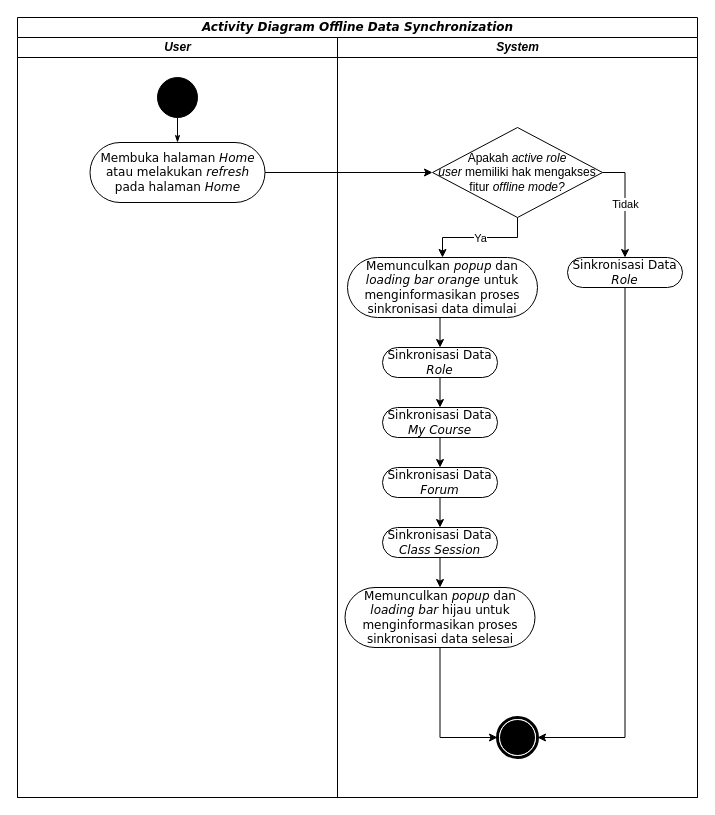
Earlier version of the draw.io diagram diagrams/03. view_my_course/Activity Diagram.drawio (angeliawidjaja/offline-mode-paper). Source tidied: cells renumbered, new cells numbered last; positions are measured from the earlier drawing's top-left corner, leaving out a move shared by most shapes. Both pictures are drawn from the tidied source at 100%, with x=0, y=0 at pixel (17, 17).
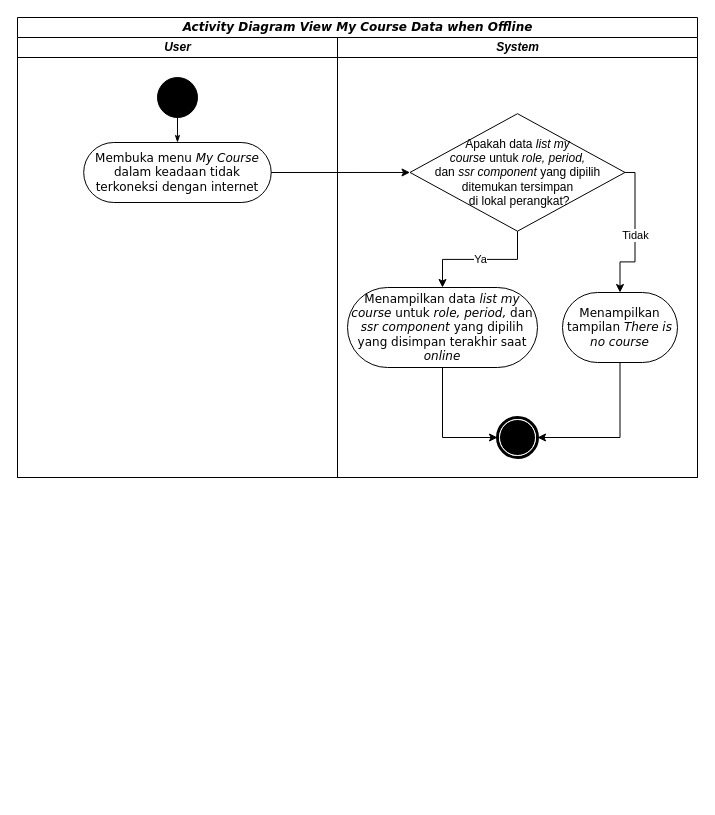
The same diagram, later.

What changed in the source:
```diff
@@
-    <mxCell id="2" value="&lt;i&gt;Activity Diagram&lt;/i&gt;&amp;nbsp;&lt;i&gt;Offline Data Synchronization&lt;/i&gt;" style="swimlane;html=1;startSize=20;rounded=0;shadow=0;comic=0;labelBackgroundColor=none;strokeWidth=1;fontFamily=Verdana;fontSize=12;align=center;" parent="1" vertex="1">
-      <mxGeometry width="680" height="780" as="geometry" />
+    <mxCell id="2" value="&lt;i&gt;Activity Diagram&lt;/i&gt;&amp;nbsp;&lt;i&gt;View My Course Data when Offline&lt;/i&gt;" style="swimlane;html=1;startSize=20;rounded=0;shadow=0;comic=0;labelBackgroundColor=none;strokeWidth=1;fontFamily=Verdana;fontSize=12;align=center;" parent="1" vertex="1">
+      <mxGeometry width="680" height="460" as="geometry" />
     </mxCell>
     <mxCell id="3" value="&lt;i&gt;User&lt;/i&gt;" style="swimlane;html=1;startSize=20;" parent="2" vertex="1">
-      <mxGeometry y="20" width="320" height="760" as="geometry" />
+      <mxGeometry y="20" width="320" height="440" as="geometry" />
     </mxCell>
@@
-    <mxCell id="5" value="Membuka halaman &lt;i&gt;Home &lt;/i&gt;atau melakukan &lt;i&gt;refresh &lt;/i&gt;pada halaman &lt;i&gt;Home&lt;/i&gt;" style="rounded=1;whiteSpace=wrap;html=1;shadow=0;comic=0;labelBackgroundColor=none;strokeWidth=1;fontFamily=Verdana;fontSize=12;align=center;arcSize=50;" parent="3" vertex="1">
-      <mxGeometry x="72.5" y="105" width="175" height="60" as="geometry" />
+    <mxCell id="5" value="Membuka menu &lt;i&gt;My Course &lt;/i&gt;dalam keadaan tidak terkoneksi dengan internet" style="rounded=1;whiteSpace=wrap;html=1;shadow=0;comic=0;labelBackgroundColor=none;strokeWidth=1;fontFamily=Verdana;fontSize=12;align=center;arcSize=50;" parent="3" vertex="1">
+      <mxGeometry x="66.2" y="105" width="187.5" height="60" as="geometry" />
     </mxCell>
@@
     <mxCell id="7" value="&lt;i&gt;System&lt;/i&gt;" style="swimlane;html=1;startSize=20;" parent="2" vertex="1">
-      <mxGeometry x="320" y="20" width="360" height="760" as="geometry" />
+      <mxGeometry x="320" y="20" width="360" height="440" as="geometry" />
     </mxCell>
     <mxCell id="8" style="shape=mxgraph.bpmn.shape;html=1;verticalLabelPosition=bottom;labelBackgroundColor=#ffffff;verticalAlign=top;perimeter=ellipsePerimeter;outline=end;symbol=terminate;rounded=0;shadow=0;comic=0;strokeWidth=1;fontFamily=Verdana;fontSize=12;align=center;" parent="7" vertex="1">
-      <mxGeometry x="160" y="680" width="40" height="40" as="geometry" />
+      <mxGeometry x="160" y="380" width="40" height="40" as="geometry" />
     </mxCell>
-    <mxCell id="9" value="Apakah &lt;i&gt;active role user&lt;/i&gt;&amp;nbsp;memiliki hak mengakses fitur &lt;i&gt;offline mode?&lt;/i&gt;" style="rhombus;whiteSpace=wrap;html=1;" parent="7" vertex="1">
-      <mxGeometry x="95" y="90" width="170" height="90" as="geometry" />
+    <mxCell id="9" value="Apakah data &lt;i&gt;list&amp;nbsp;my &lt;br&gt;course&lt;/i&gt;&amp;nbsp;untuk &lt;i&gt;role,&lt;/i&gt;&amp;nbsp;&lt;i&gt;period, &lt;br&gt;&lt;/i&gt;dan&lt;i&gt; ssr component&amp;nbsp;&lt;/i&gt;yang dipilih &lt;br&gt;ditemukan tersimpan&lt;br&gt;&amp;nbsp;di lokal perangkat?" style="rhombus;whiteSpace=wrap;html=1;" parent="7" vertex="1">
+      <mxGeometry x="72.5" y="76.2" width="215" height="117.5" as="geometry" />
     </mxCell>
-    <mxCell id="10" style="edgeStyle=orthogonalEdgeStyle;rounded=0;jettySize=auto;html=1;exitX=0.5;exitY=1;exitDx=0;exitDy=0;entryX=0.5;entryY=0;entryDx=0;entryDy=0;" parent="7" edge="1" source="11" target="13">
-      <mxGeometry relative="1" as="geometry" />
-    </mxCell>
-    <mxCell id="11" value="Sinkronisasi Data &lt;i&gt;Role&lt;/i&gt;" style="rounded=1;whiteSpace=wrap;html=1;shadow=0;comic=0;labelBackgroundColor=none;strokeWidth=1;fontFamily=Verdana;fontSize=12;align=center;arcSize=50;" parent="7" vertex="1">
-      <mxGeometry x="45" y="310" width="115" height="30" as="geometry" />
-    </mxCell>
-    <mxCell id="12" style="edgeStyle=orthogonalEdgeStyle;rounded=0;jettySize=auto;html=1;exitX=0.5;exitY=1;exitDx=0;exitDy=0;entryX=0.5;entryY=0;entryDx=0;entryDy=0;" parent="7" edge="1" source="13" target="15">
-      <mxGeometry relative="1" as="geometry" />
-    </mxCell>
-    <mxCell id="13" value="Sinkronisasi Data &lt;i&gt;My Course&lt;/i&gt;" style="rounded=1;whiteSpace=wrap;html=1;shadow=0;comic=0;labelBackgroundColor=none;strokeWidth=1;fontFamily=Verdana;fontSize=12;align=center;arcSize=50;" parent="7" vertex="1">
-      <mxGeometry x="45" y="370" width="115" height="30" as="geometry" />
-    </mxCell>
-    <mxCell id="14" style="edgeStyle=orthogonalEdgeStyle;rounded=0;jettySize=auto;html=1;exitX=0.5;exitY=1;exitDx=0;exitDy=0;entryX=0.5;entryY=0;entryDx=0;entryDy=0;" parent="7" edge="1" source="15" target="17">
-      <mxGeometry relative="1" as="geometry" />
-    </mxCell>
-    <mxCell id="15" value="Sinkronisasi Data &lt;i&gt;Forum&lt;/i&gt;" style="rounded=1;whiteSpace=wrap;html=1;shadow=0;comic=0;labelBackgroundColor=none;strokeWidth=1;fontFamily=Verdana;fontSize=12;align=center;arcSize=50;" parent="7" vertex="1">
-      <mxGeometry x="45" y="430" width="115" height="30" as="geometry" />
-    </mxCell>
-    <mxCell id="16" style="edgeStyle=orthogonalEdgeStyle;rounded=0;jettySize=auto;html=1;exitX=0.5;exitY=1;exitDx=0;exitDy=0;entryX=0.5;entryY=0;entryDx=0;entryDy=0;" parent="7" edge="1" source="17" target="27">
-      <mxGeometry relative="1" as="geometry" />
-    </mxCell>
-    <mxCell id="17" value="Sinkronisasi Data &lt;i&gt;Class Session&lt;/i&gt;" style="rounded=1;whiteSpace=wrap;html=1;shadow=0;comic=0;labelBackgroundColor=none;strokeWidth=1;fontFamily=Verdana;fontSize=12;align=center;arcSize=50;" parent="7" vertex="1">
-      <mxGeometry x="45" y="490" width="115" height="30" as="geometry" />
-    </mxCell>
@@
-    <mxCell id="19" value="Sinkronisasi Data &lt;i&gt;Role&lt;/i&gt;" style="rounded=1;whiteSpace=wrap;html=1;shadow=0;comic=0;labelBackgroundColor=none;strokeWidth=1;fontFamily=Verdana;fontSize=12;align=center;arcSize=50;" parent="7" vertex="1">
-      <mxGeometry x="230" y="220" width="115" height="30" as="geometry" />
+    <mxCell id="19" value="Menampilkan tampilan &lt;i&gt;There is no course&lt;/i&gt;" style="rounded=1;whiteSpace=wrap;html=1;shadow=0;comic=0;labelBackgroundColor=none;strokeWidth=1;fontFamily=Verdana;fontSize=12;align=center;arcSize=50;" parent="7" vertex="1">
+      <mxGeometry x="225" y="255" width="115" height="70" as="geometry" />
     </mxCell>
@@
-    <mxCell id="24" style="edgeStyle=orthogonalEdgeStyle;rounded=0;jettySize=auto;html=1;exitX=0.5;exitY=1;exitDx=0;exitDy=0;entryX=0.5;entryY=0;entryDx=0;entryDy=0;" parent="7" edge="1" source="25" target="11">
-      <mxGeometry relative="1" as="geometry" />
-    </mxCell>
+    <mxCell id="29" style="edgeStyle=orthogonalEdgeStyle;rounded=0;jettySize=auto;html=1;exitX=0.5;exitY=1;exitDx=0;exitDy=0;entryX=0;entryY=0.5;entryDx=0;entryDy=0;" parent="7" edge="1" source="25" target="8">
+      <mxGeometry relative="1" as="geometry" />
+    </mxCell>
-    <mxCell id="25" value="Memunculkan &lt;i&gt;popup &lt;/i&gt;dan &lt;i&gt;loading bar orange&lt;/i&gt;&amp;nbsp;untuk menginformasikan proses sinkronisasi data dimulai" style="rounded=1;whiteSpace=wrap;html=1;shadow=0;comic=0;labelBackgroundColor=none;strokeWidth=1;fontFamily=Verdana;fontSize=12;align=center;arcSize=50;" parent="7" vertex="1">
-      <mxGeometry x="10" y="220" width="190" height="60" as="geometry" />
+    <mxCell id="25" value="Menampilkan data &lt;i&gt;list my course&lt;/i&gt;&amp;nbsp;untuk &lt;i&gt;role, period, &lt;/i&gt;dan &lt;i&gt;ssr component &lt;/i&gt;yang dipilih yang disimpan terakhir saat &lt;i&gt;online&lt;/i&gt;" style="rounded=1;whiteSpace=wrap;html=1;shadow=0;comic=0;labelBackgroundColor=none;strokeWidth=1;fontFamily=Verdana;fontSize=12;align=center;arcSize=50;" parent="7" vertex="1">
+      <mxGeometry x="10" y="250" width="190" height="80" as="geometry" />
     </mxCell>
-    <mxCell id="26" style="edgeStyle=orthogonalEdgeStyle;rounded=0;jettySize=auto;html=1;exitX=0.5;exitY=1;exitDx=0;exitDy=0;" parent="7" edge="1" source="27" target="8">
-      <mxGeometry relative="1" as="geometry">
-        <Array as="points">
-          <mxPoint x="103" y="700" />
-        </Array>
-      </mxGeometry>
-    </mxCell>
-    <mxCell id="27" value="Memunculkan &lt;i&gt;popup &lt;/i&gt;dan &lt;i&gt;loading bar &lt;/i&gt;hijau&lt;i&gt;&amp;nbsp;&lt;/i&gt;untuk menginformasikan proses sinkronisasi data selesai" style="rounded=1;whiteSpace=wrap;html=1;shadow=0;comic=0;labelBackgroundColor=none;strokeWidth=1;fontFamily=Verdana;fontSize=12;align=center;arcSize=50;" parent="7" vertex="1">
-      <mxGeometry x="7.5" y="550" width="190" height="60" as="geometry" />
-    </mxCell>
```
